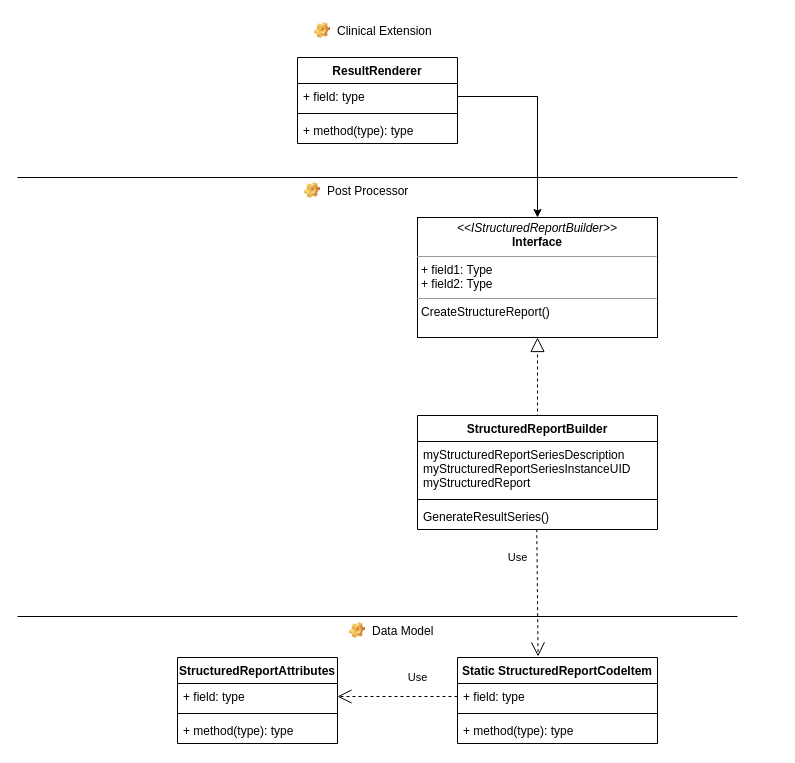
Above: Untitled Diagram.drawio in bikramsinha4u/Diagrams (draw.io), before the change. Source tidied: cells renumbered, new cells numbered last; positions are measured from the earlier drawing's top-left corner, leaving out a move shared by most shapes. Both pictures are drawn from the tidied source at 100%, with x=0, y=0 at pixel (17, 17).
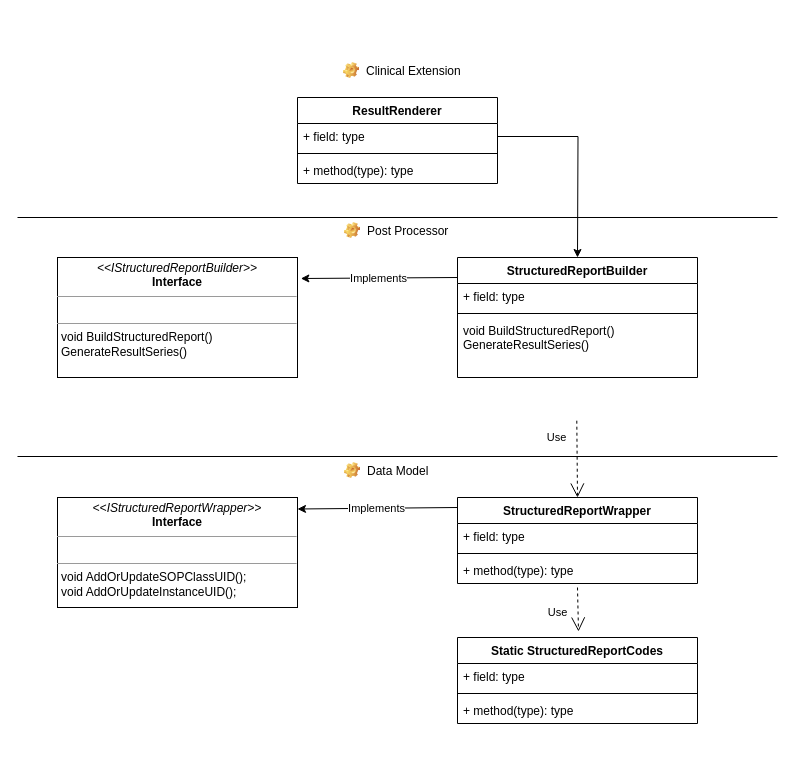
After the change.

Diff of the diagram source:
```diff
@@
     <mxCell id="2" style="line;strokeWidth=1;fillColor=none;align=left;verticalAlign=middle;spacingTop=-1;spacingLeft=3;spacingRight=3;labelPosition=right;" parent="1" vertex="1">
-      <mxGeometry y="150" width="720" height="20" as="geometry" />
+      <mxGeometry y="190" width="760" height="20" as="geometry" />
     </mxCell>
     <mxCell id="3" value="Post Processor" style="label;fontStyle=0;strokeColor=none;fillColor=none;align=left;verticalAlign=top;overflow=hidden;spacingLeft=28;spacingRight=4;imageWidth=16;imageHeight=16;image=img/clipart/Gear_128x128.png;" parent="1" vertex="1">
-      <mxGeometry x="280" y="160" width="120" height="26" as="geometry" />
+      <mxGeometry x="320" y="200" width="120" height="26" as="geometry" />
     </mxCell>
     <mxCell id="4" value="Clinical Extension" style="label;fontStyle=0;strokeColor=none;fillColor=none;align=left;verticalAlign=top;overflow=hidden;spacingLeft=28;spacingRight=4;imageWidth=16;imageHeight=16;image=img/clipart/Gear_128x128.png;" parent="1" vertex="1">
-      <mxGeometry x="290" width="160" height="26" as="geometry" />
+      <mxGeometry x="319" y="40" width="160" height="26" as="geometry" />
     </mxCell>
-    <mxCell id="5" value="&lt;p style=&quot;margin: 0px ; margin-top: 4px ; text-align: center&quot;&gt;&lt;i&gt;&amp;lt;&amp;lt;IStructuredReportBuilder&amp;gt;&amp;gt;&lt;/i&gt;&lt;br&gt;&lt;b&gt;Interface&lt;/b&gt;&lt;/p&gt;&lt;hr size=&quot;1&quot;&gt;&lt;p style=&quot;margin: 0px ; margin-left: 4px&quot;&gt;+ field1: Type&lt;br&gt;+ field2: Type&lt;/p&gt;&lt;hr size=&quot;1&quot;&gt;&lt;p style=&quot;margin: 0px ; margin-left: 4px&quot;&gt;CreateStructureReport()&lt;/p&gt;" style="verticalAlign=top;align=left;overflow=fill;fontSize=12;fontFamily=Helvetica;html=1;" parent="1" vertex="1">
-      <mxGeometry x="400" y="200" width="240" height="120" as="geometry" />
+    <mxCell id="5" value="&lt;p style=&quot;margin: 0px ; margin-top: 4px ; text-align: center&quot;&gt;&lt;i&gt;&amp;lt;&amp;lt;IStructuredReportBuilder&amp;gt;&amp;gt;&lt;/i&gt;&lt;br&gt;&lt;b&gt;Interface&lt;/b&gt;&lt;/p&gt;&lt;hr size=&quot;1&quot;&gt;&lt;p style=&quot;margin: 0px ; margin-left: 4px&quot;&gt;&lt;br&gt;&lt;/p&gt;&lt;hr size=&quot;1&quot;&gt;&lt;p style=&quot;margin: 0px ; margin-left: 4px&quot;&gt;void BuildStructuredReport()&lt;br style=&quot;padding: 0px ; margin: 0px&quot;&gt;GenerateResultSeries()&lt;br&gt;&lt;/p&gt;" style="verticalAlign=top;align=left;overflow=fill;fontSize=12;fontFamily=Helvetica;html=1;" parent="1" vertex="1">
+      <mxGeometry x="40" y="240" width="240" height="120" as="geometry" />
     </mxCell>
-    <mxCell id="6" style="edgeStyle=orthogonalEdgeStyle;rounded=0;jettySize=auto;html=1;entryX=0.5;entryY=0;entryDx=0;entryDy=0;" parent="1" edge="1" source="8" target="5">
-      <mxGeometry relative="1" as="geometry" />
+    <mxCell id="6" style="edgeStyle=orthogonalEdgeStyle;rounded=0;jettySize=auto;html=1;entryX=0.5;entryY=0;entryDx=0;entryDy=0;" parent="1" edge="1" source="8">
+      <mxGeometry relative="1" as="geometry">
+        <mxPoint x="560" y="240" as="targetPoint" />
+      </mxGeometry>
     </mxCell>
+    <mxCell id="11" value="Use" style="endArrow=open;endSize=12;dashed=1;html=1;exitX=0.497;exitY=0.987;exitDx=0;exitDy=0;entryX=0.5;entryY=0;entryDx=0;entryDy=0;exitPerimeter=0;" parent="1" edge="1" target="33">
+      <mxGeometry x="-0.56" y="-20" relative="1" as="geometry">
+        <mxPoint x="559.3" y="403.2" as="sourcePoint" />
+      </mxGeometry>
+    </mxCell>
+    <mxCell id="13" style="line;strokeWidth=1;fillColor=none;align=left;verticalAlign=middle;spacingTop=-1;spacingLeft=3;spacingRight=3;labelPosition=right;" parent="1" vertex="1">
+      <mxGeometry y="430" width="760" height="18" as="geometry" />
+    </mxCell>
+    <mxCell id="14" value="Data Model" style="label;fontStyle=0;strokeColor=none;fillColor=none;align=left;verticalAlign=top;overflow=hidden;spacingLeft=28;spacingRight=4;imageWidth=16;imageHeight=16;image=img/clipart/Gear_128x128.png;" parent="1" vertex="1">
+      <mxGeometry x="320" y="440" width="120" height="26" as="geometry" />
+    </mxCell>
+    <mxCell id="28" style="endArrow=classic;html=1;entryX=1.014;entryY=0.175;entryDx=0;entryDy=0;entryPerimeter=0;" parent="1" edge="1" target="5">
+      <mxGeometry relative="1" as="geometry">
+        <mxPoint x="440" y="260" as="sourcePoint" />
+      </mxGeometry>
+    </mxCell>
+    <mxCell id="29" value="Implements" style="edgeLabel;html=1;align=center;verticalAlign=middle;" parent="28" vertex="1">
+      <mxGeometry relative="1" as="geometry">
+        <mxPoint x="-2" as="offset" />
+      </mxGeometry>
+    </mxCell>
+    <mxCell id="30" value="&lt;p style=&quot;margin: 0px ; margin-top: 4px ; text-align: center&quot;&gt;&lt;i&gt;&amp;lt;&amp;lt;IStructuredReportWrapper&amp;gt;&amp;gt;&lt;/i&gt;&lt;br&gt;&lt;b&gt;Interface&lt;/b&gt;&lt;/p&gt;&lt;hr size=&quot;1&quot;&gt;&lt;p style=&quot;margin: 0px ; margin-left: 4px&quot;&gt;&lt;br&gt;&lt;/p&gt;&lt;hr size=&quot;1&quot;&gt;&lt;p style=&quot;margin: 0px ; margin-left: 4px&quot;&gt;void AddOrUpdateSOPClassUID();&lt;/p&gt;&lt;p style=&quot;margin: 0px ; margin-left: 4px&quot;&gt;void AddOrUpdateInstanceUID();&lt;br&gt;&lt;/p&gt;&lt;p style=&quot;margin: 0px ; margin-left: 4px&quot;&gt;&lt;br&gt;&lt;/p&gt;" style="verticalAlign=top;align=left;overflow=fill;fontSize=12;fontFamily=Helvetica;html=1;" parent="1" vertex="1">
+      <mxGeometry x="40" y="480" width="240" height="110" as="geometry" />
+    </mxCell>
+    <mxCell id="31" style="endArrow=classic;html=1;entryX=1;entryY=0.25;entryDx=0;entryDy=0;exitX=0;exitY=0.25;exitDx=0;exitDy=0;" parent="1" edge="1">
+      <mxGeometry relative="1" as="geometry">
+        <mxPoint x="440" y="490" as="sourcePoint" />
+        <mxPoint x="280" y="491.5" as="targetPoint" />
+      </mxGeometry>
+    </mxCell>
+    <mxCell id="32" value="Implements" style="edgeLabel;html=1;align=center;verticalAlign=middle;" parent="31" vertex="1">
+      <mxGeometry relative="1" as="geometry">
+        <mxPoint x="-2" as="offset" />
+      </mxGeometry>
+    </mxCell>
+    <mxCell id="27" value="Use" style="endArrow=open;endSize=12;dashed=1;html=1;exitX=0.497;exitY=0.987;exitDx=0;exitDy=0;exitPerimeter=0;" parent="1" edge="1">
+      <mxGeometry x="0.07" y="-21" relative="1" as="geometry">
+        <mxPoint x="560" y="570" as="sourcePoint" />
+        <mxPoint x="561" y="614" as="targetPoint" />
+        <mxPoint y="1" as="offset" />
+      </mxGeometry>
+    </mxCell>
     <mxCell id="7" value="ResultRenderer" style="swimlane;fontStyle=1;align=center;verticalAlign=top;horizontal=1;startSize=26;" parent="1" vertex="1">
-      <mxGeometry x="280" y="40" width="160" height="86" as="geometry" />
+      <mxGeometry x="280" y="80" width="200" height="86" as="geometry" />
     </mxCell>
     <mxCell id="8" value="+ field: type" style="text;strokeColor=none;fillColor=none;align=left;verticalAlign=top;spacingLeft=4;spacingRight=4;overflow=hidden;points=[[0,0.5],[1,0.5]];portConstraint=eastwest;" parent="7" vertex="1">
-      <mxGeometry y="26" width="160" height="26" as="geometry" />
+      <mxGeometry y="26" width="200" height="26" as="geometry" />
     </mxCell>
     <mxCell id="9" style="line;strokeWidth=1;fillColor=none;align=left;verticalAlign=middle;spacingTop=-1;spacingLeft=3;spacingRight=3;labelPosition=right;" parent="7" vertex="1">
-      <mxGeometry y="52" width="160" height="8" as="geometry" />
+      <mxGeometry y="52" width="200" height="8" as="geometry" />
     </mxCell>
     <mxCell id="10" value="+ method(type): type" style="text;strokeColor=none;fillColor=none;align=left;verticalAlign=top;spacingLeft=4;spacingRight=4;overflow=hidden;" parent="7" vertex="1">
-      <mxGeometry y="60" width="160" height="26" as="geometry" />
+      <mxGeometry y="60" width="200" height="26" as="geometry" />
     </mxCell>
-    <mxCell id="11" value="Use" style="endArrow=open;endSize=12;dashed=1;html=1;exitX=0.497;exitY=0.987;exitDx=0;exitDy=0;entryX=0.403;entryY=-0.012;entryDx=0;entryDy=0;entryPerimeter=0;exitPerimeter=0;" parent="1" edge="1" source="22" target="15">
-      <mxGeometry x="-0.56" y="-20" relative="1" as="geometry" />
-    </mxCell>
-    <mxCell id="12" style="endArrow=block;dashed=1;endFill=0;endSize=12;html=1;entryX=0.5;entryY=1;entryDx=0;entryDy=0;" parent="1" edge="1" target="5">
-      <mxGeometry relative="1" as="geometry">
-        <mxPoint x="520" y="400" as="sourcePoint" />
-      </mxGeometry>
-    </mxCell>
-    <mxCell id="13" style="line;strokeWidth=1;fillColor=none;align=left;verticalAlign=middle;spacingTop=-1;spacingLeft=3;spacingRight=3;labelPosition=right;" parent="1" vertex="1">
-      <mxGeometry y="590" width="720" height="18" as="geometry" />
-    </mxCell>
-    <mxCell id="14" value="Data Model" style="label;fontStyle=0;strokeColor=none;fillColor=none;align=left;verticalAlign=top;overflow=hidden;spacingLeft=28;spacingRight=4;imageWidth=16;imageHeight=16;image=img/clipart/Gear_128x128.png;" parent="1" vertex="1">
-      <mxGeometry x="325" y="600" width="120" height="26" as="geometry" />
-    </mxCell>
-    <mxCell id="15" value="Static StructuredReportCodeItem" style="swimlane;fontStyle=1;align=center;verticalAlign=top;horizontal=1;startSize=26;" parent="1" vertex="1">
-      <mxGeometry x="440" y="640" width="200" height="86" as="geometry" />
+    <mxCell id="15" value="Static StructuredReportCodes" style="swimlane;fontStyle=1;align=center;verticalAlign=top;horizontal=1;startSize=26;" parent="1" vertex="1">
+      <mxGeometry x="440" y="620" width="240" height="86" as="geometry" />
     </mxCell>
     <mxCell id="16" value="+ field: type" style="text;strokeColor=none;fillColor=none;align=left;verticalAlign=top;spacingLeft=4;spacingRight=4;overflow=hidden;points=[[0,0.5],[1,0.5]];portConstraint=eastwest;" parent="15" vertex="1">
-      <mxGeometry y="26" width="200" height="26" as="geometry" />
+      <mxGeometry y="26" width="240" height="26" as="geometry" />
     </mxCell>
     <mxCell id="17" style="line;strokeWidth=1;fillColor=none;align=left;verticalAlign=middle;spacingTop=-1;spacingLeft=3;spacingRight=3;labelPosition=right;" parent="15" vertex="1">
-      <mxGeometry y="52" width="200" height="8" as="geometry" />
+      <mxGeometry y="52" width="240" height="8" as="geometry" />
     </mxCell>
     <mxCell id="18" value="+ method(type): type" style="text;strokeColor=none;fillColor=none;align=left;verticalAlign=top;spacingLeft=4;spacingRight=4;overflow=hidden;" parent="15" vertex="1">
-      <mxGeometry y="60" width="200" height="26" as="geometry" />
+      <mxGeometry y="60" width="240" height="26" as="geometry" />
     </mxCell>
+    <mxCell id="33" value="StructuredReportWrapper" style="swimlane;fontStyle=1;align=center;verticalAlign=top;horizontal=1;startSize=26;" parent="1" vertex="1">
+      <mxGeometry x="440" y="480" width="240" height="86" as="geometry" />
+    </mxCell>
+    <mxCell id="34" value="+ field: type" style="text;strokeColor=none;fillColor=none;align=left;verticalAlign=top;spacingLeft=4;spacingRight=4;overflow=hidden;" parent="33" vertex="1">
+      <mxGeometry y="26" width="240" height="26" as="geometry" />
+    </mxCell>
+    <mxCell id="35" style="line;strokeWidth=1;fillColor=none;align=left;verticalAlign=middle;spacingTop=-1;spacingLeft=3;spacingRight=3;labelPosition=right;" parent="33" vertex="1">
+      <mxGeometry y="52" width="240" height="8" as="geometry" />
+    </mxCell>
+    <mxCell id="26" value="+ method(type): type" style="text;strokeColor=none;fillColor=none;align=left;verticalAlign=top;spacingLeft=4;spacingRight=4;overflow=hidden;" parent="33" vertex="1">
+      <mxGeometry y="60" width="240" height="26" as="geometry" />
+    </mxCell>
     <mxCell id="19" value="StructuredReportBuilder" style="swimlane;fontStyle=1;align=center;verticalAlign=top;horizontal=1;startSize=26;" parent="1" vertex="1">
-      <mxGeometry x="400" y="398" width="240" height="114" as="geometry" />
+      <mxGeometry x="440" y="240" width="240" height="120" as="geometry" />
     </mxCell>
-    <mxCell id="20" value="myStructuredReportSeriesDescription&#10;myStructuredReportSeriesInstanceUID&#10;myStructuredReport&#10;" style="text;strokeColor=none;fillColor=none;align=left;verticalAlign=top;spacingLeft=4;spacingRight=4;overflow=hidden;" parent="19" vertex="1">
-      <mxGeometry y="26" width="240" height="54" as="geometry" />
-    </mxCell>
-    <mxCell id="21" style="line;strokeWidth=1;fillColor=none;align=left;verticalAlign=middle;spacingTop=-1;spacingLeft=3;spacingRight=3;labelPosition=right;" parent="19" vertex="1">
-      <mxGeometry y="80" width="240" height="8" as="geometry" />
-    </mxCell>
-    <mxCell id="22" value="GenerateResultSeries()" style="text;strokeColor=none;fillColor=none;align=left;verticalAlign=top;spacingLeft=4;spacingRight=4;overflow=hidden;points=[[0,0.5],[1,0.5]];portConstraint=eastwest;" parent="19" vertex="1">
-      <mxGeometry y="88" width="240" height="26" as="geometry" />
-    </mxCell>
-    <mxCell id="23" value="StructuredReportAttributes" style="swimlane;fontStyle=1;align=center;verticalAlign=top;horizontal=1;startSize=26;" parent="1" vertex="1">
-      <mxGeometry x="160" y="640" width="160" height="86" as="geometry" />
-    </mxCell>
-    <mxCell id="24" value="+ field: type" style="text;strokeColor=none;fillColor=none;align=left;verticalAlign=top;spacingLeft=4;spacingRight=4;overflow=hidden;points=[[0,0.5],[1,0.5]];portConstraint=eastwest;" parent="23" vertex="1">
-      <mxGeometry y="26" width="160" height="26" as="geometry" />
-    </mxCell>
-    <mxCell id="25" style="line;strokeWidth=1;fillColor=none;align=left;verticalAlign=middle;spacingTop=-1;spacingLeft=3;spacingRight=3;labelPosition=right;" parent="23" vertex="1">
-      <mxGeometry y="52" width="160" height="8" as="geometry" />
-    </mxCell>
-    <mxCell id="26" value="+ method(type): type" style="text;strokeColor=none;fillColor=none;align=left;verticalAlign=top;spacingLeft=4;spacingRight=4;overflow=hidden;" parent="23" vertex="1">
-      <mxGeometry y="60" width="160" height="26" as="geometry" />
-    </mxCell>
-    <mxCell id="27" value="Use" style="endArrow=open;endSize=12;dashed=1;html=1;exitX=0;exitY=0.5;exitDx=0;exitDy=0;entryX=1;entryY=0.5;entryDx=0;entryDy=0;" parent="1" edge="1" source="16" target="24">
-      <mxGeometry x="-0.33" y="-19" relative="1" as="geometry" />
-    </mxCell>
+    <mxCell id="36" value="+ field: type" style="text;strokeColor=none;fillColor=none;align=left;verticalAlign=top;spacingLeft=4;spacingRight=4;overflow=hidden;" parent="19" vertex="1">
+      <mxGeometry y="26" width="240" height="26" as="geometry" />
+    </mxCell>
+    <mxCell id="37" style="line;strokeWidth=1;fillColor=none;align=left;verticalAlign=middle;spacingTop=-1;spacingLeft=3;spacingRight=3;labelPosition=right;" parent="19" vertex="1">
+      <mxGeometry y="52" width="240" height="8" as="geometry" />
+    </mxCell>
+    <mxCell id="38" value="void BuildStructuredReport()&#10;GenerateResultSeries()" style="text;strokeColor=none;fillColor=none;align=left;verticalAlign=top;spacingLeft=4;spacingRight=4;overflow=hidden;" parent="19" vertex="1">
+      <mxGeometry y="60" width="240" height="60" as="geometry" />
+    </mxCell>
```
